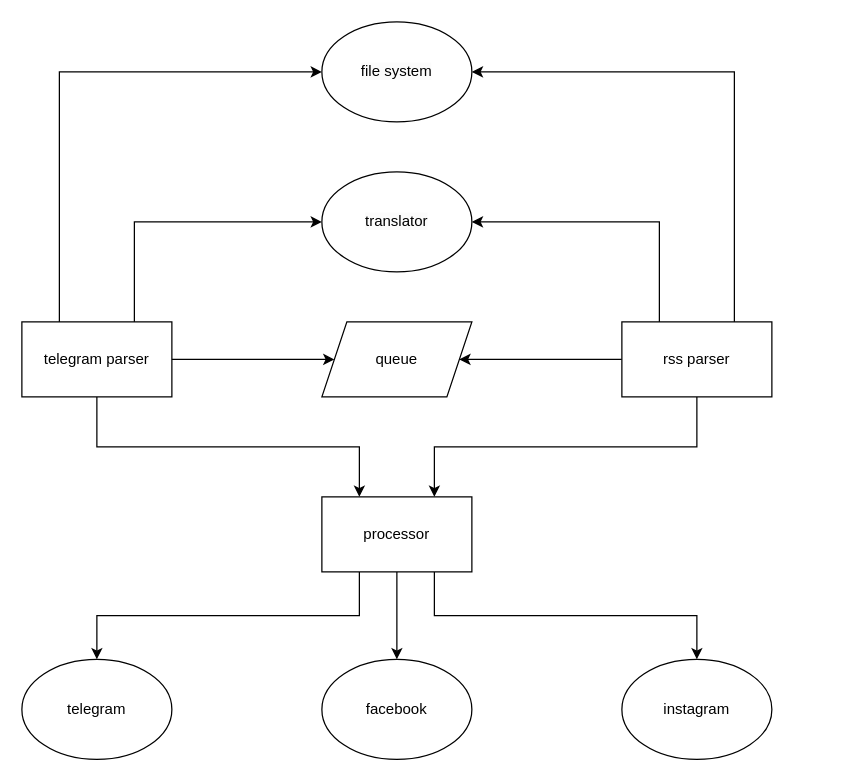
Above: schema.drawio in nikit34/bot-portugal-news (draw.io), before the change. Source tidied: cells renumbered, new cells numbered last; positions are measured from the earlier drawing's top-left corner, leaving out a move shared by most shapes. Both pictures are drawn from the tidied source at 125%, with x=0, y=0 at pixel (21, 21).
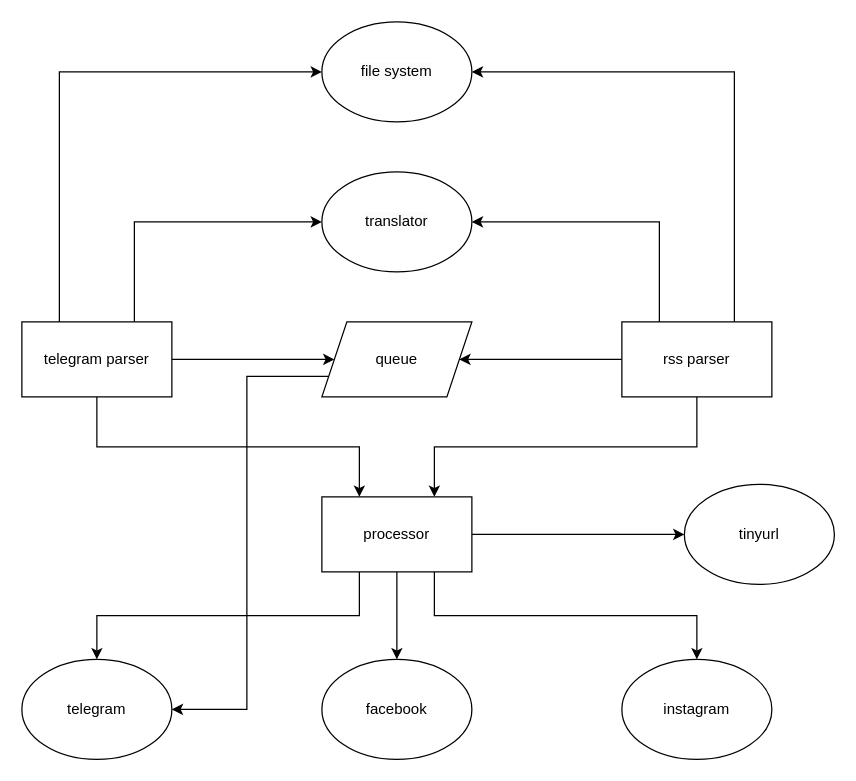
The same page after the edit.

Unchanged cells that the change refers to:
```xml
<mxCell id="5" value="processor" style="rounded=0;whiteSpace=wrap;html=1;" parent="1" vertex="1">
  <mxGeometry x="240" y="380" width="120" height="60" as="geometry" />
</mxCell>
<mxCell id="17" value="telegram" style="ellipse;whiteSpace=wrap;html=1;" parent="1" vertex="1">
  <mxGeometry y="510" width="120" height="80" as="geometry" />
</mxCell>
<mxCell id="20" value="queue" style="shape=parallelogram;perimeter=parallelogramPerimeter;whiteSpace=wrap;html=1;fixedSize=1;" parent="1" vertex="1">
  <mxGeometry x="240" y="240" width="120" height="60" as="geometry" />
</mxCell>
```

The edit, as a diff of the source:
```diff
@@
+    <mxCell id="22" style="edgeStyle=orthogonalEdgeStyle;rounded=0;jettySize=auto;html=1;entryX=0;entryY=0.5;entryDx=0;entryDy=0;" parent="1" edge="1" source="5" target="24">
+      <mxGeometry relative="1" as="geometry" />
+    </mxCell>
@@
+    <mxCell id="23" style="edgeStyle=orthogonalEdgeStyle;rounded=0;jettySize=auto;html=1;entryX=1;entryY=0.5;entryDx=0;entryDy=0;exitX=0;exitY=0.75;exitDx=0;exitDy=0;" parent="1" edge="1" source="20" target="17">
+      <mxGeometry relative="1" as="geometry" />
+    </mxCell>
@@
+    <mxCell id="24" value="tinyurl" style="ellipse;whiteSpace=wrap;html=1;" parent="1" vertex="1">
+      <mxGeometry x="530" y="370" width="120" height="80" as="geometry" />
+    </mxCell>
```
